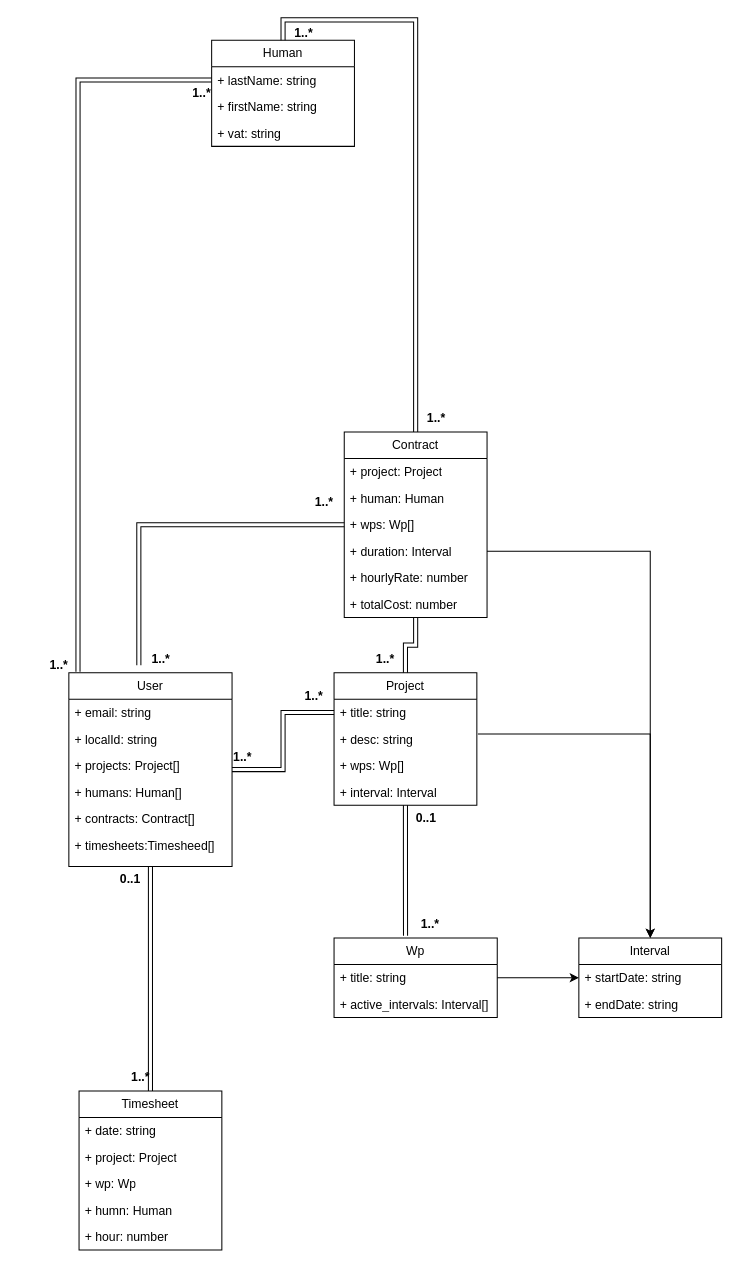
Above: diagrams/class_diagram.drawio in nhaskaris/thesis_it22118 (draw.io), before the change. Source tidied: cells renumbered, new cells numbered last; positions are measured from the earlier drawing's top-left corner, leaving out a move shared by most shapes. Both pictures are drawn from the tidied source at 102%, with x=0, y=0 at pixel (17, 19).
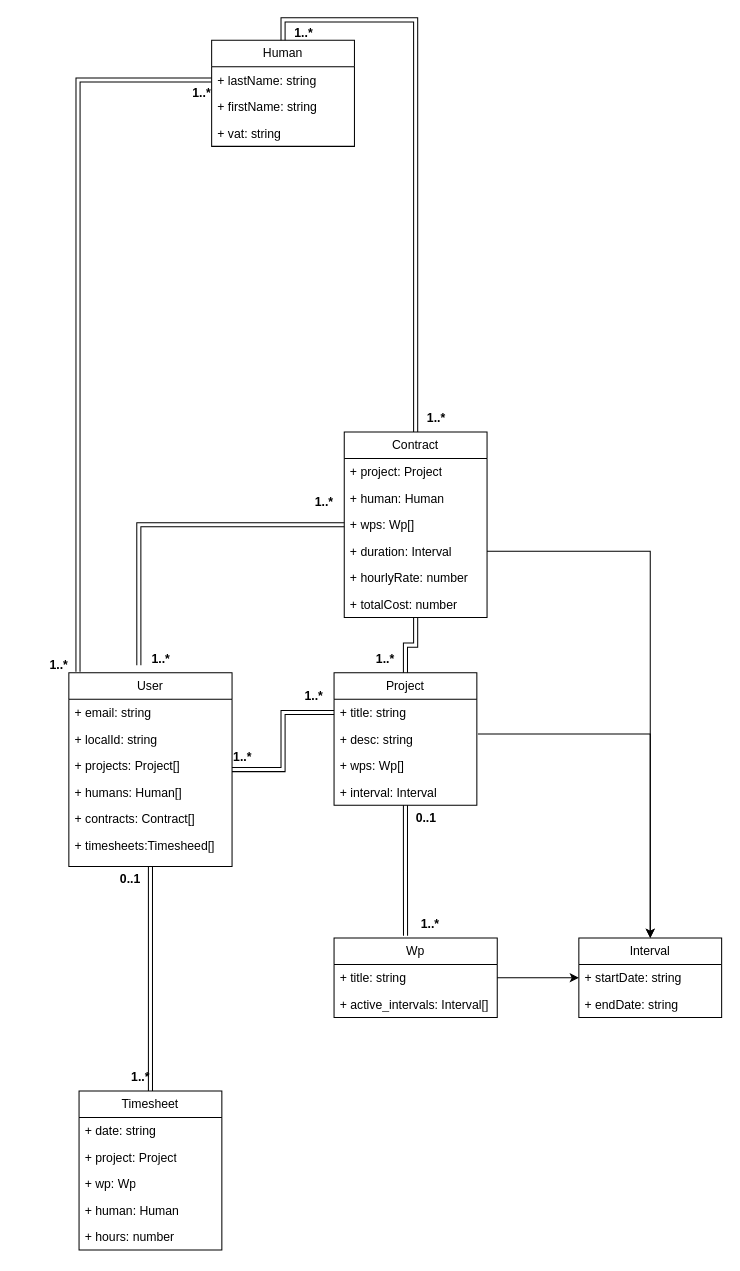
After the change.

Unchanged cells that the change refers to:
```xml
<mxCell id="51" value="Timesheet" style="swimlane;fontStyle=0;horizontal=1;startSize=26;fillColor=none;whiteSpace=wrap;html=1;" parent="1" vertex="1">
  <mxGeometry x="60" y="1050" width="140" height="156" as="geometry" />
</mxCell>
```

Diff of the diagram source:
```diff
@@
-    <mxCell id="55" value="+ humn: Human" style="text;strokeColor=none;fillColor=none;align=left;verticalAlign=top;spacingLeft=4;spacingRight=4;overflow=hidden;whiteSpace=wrap;html=1;" parent="51" vertex="1">
+    <mxCell id="55" value="+ human: Human" style="text;strokeColor=none;fillColor=none;align=left;verticalAlign=top;spacingLeft=4;spacingRight=4;overflow=hidden;whiteSpace=wrap;html=1;" parent="51" vertex="1">
       <mxGeometry y="104" width="140" height="26" as="geometry" />
     </mxCell>
-    <mxCell id="56" value="+ hour: number" style="text;strokeColor=none;fillColor=none;align=left;verticalAlign=top;spacingLeft=4;spacingRight=4;overflow=hidden;whiteSpace=wrap;html=1;" parent="51" vertex="1">
+    <mxCell id="56" value="+ hours: number" style="text;strokeColor=none;fillColor=none;align=left;verticalAlign=top;spacingLeft=4;spacingRight=4;overflow=hidden;whiteSpace=wrap;html=1;" parent="51" vertex="1">
       <mxGeometry y="130" width="140" height="26" as="geometry" />
     </mxCell>
```
